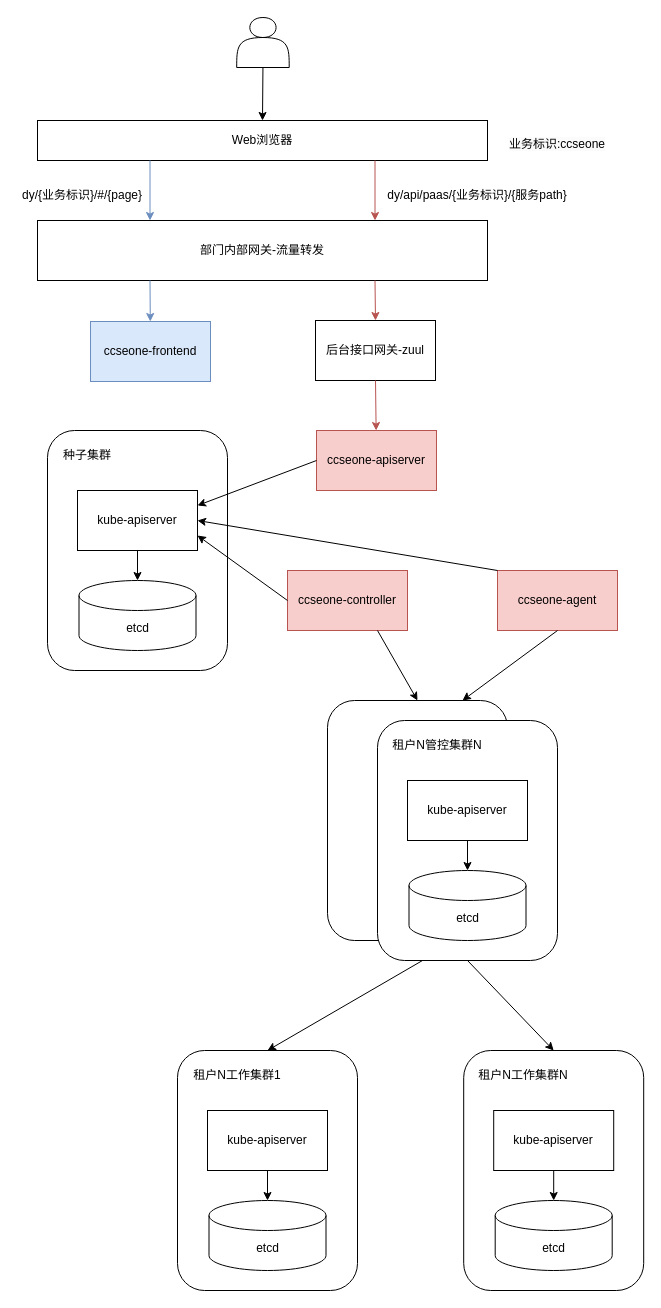
Before: drawio/安全审查.drawio in Tiny-VS-Lina/ccse, a draw.io diagram. Source tidied: cells renumbered, new cells numbered last; positions are measured from the earlier drawing's top-left corner, leaving out a move shared by most shapes. Both pictures are drawn from the tidied source at 100%, with x=0, y=0 at pixel (17, 17).
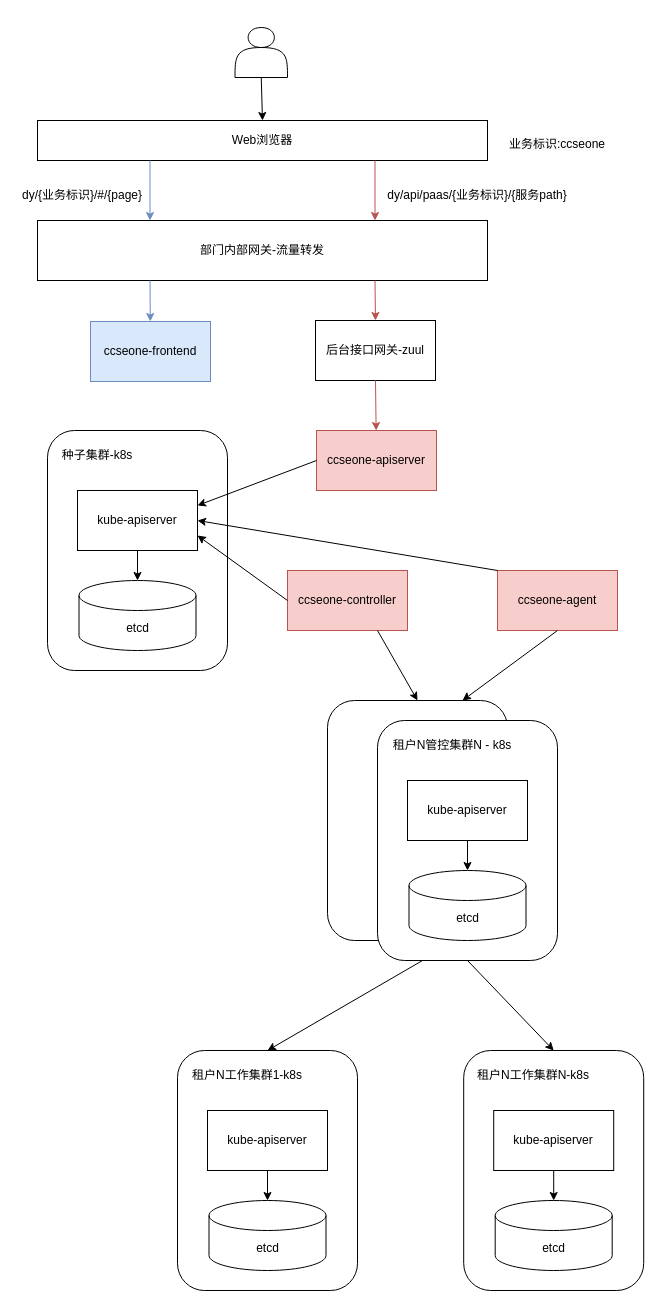
Above is the later version.

Commit message (it also covers changes not shown here):
更新安全审查.drawio

The change refers to these unchanged cells:
```xml
<mxCell id="31" style="group;" parent="1" vertex="1">
  <mxGeometry x="446.2" y="1033" width="180" height="240" as="geometry" />
</mxCell>
<mxCell id="37" style="group;" parent="1" vertex="1">
  <mxGeometry x="160" y="1033" width="180" height="240" as="geometry" />
</mxCell>
<mxCell id="43" style="group;" parent="1" vertex="1">
  <mxGeometry x="310" y="683" width="230" height="260" as="geometry" />
</mxCell>
```

The edit, as a diff of the source:
```diff
@@
     <mxCell id="5" style="shape=actor;whiteSpace=wrap;html=1;" parent="1" vertex="1">
-      <mxGeometry x="219.2" width="52.5" height="50" as="geometry" />
+      <mxGeometry x="217.5" y="10" width="52.5" height="50" as="geometry" />
     </mxCell>
@@
-    <mxCell id="20" value="种子集群" style="text;html=1;strokeColor=none;fillColor=none;align=center;verticalAlign=middle;whiteSpace=wrap;rounded=0;" parent="1" vertex="1">
-      <mxGeometry x="40" y="423" width="60" height="30" as="geometry" />
+    <mxCell id="20" value="种子集群-k8s" style="text;html=1;strokeColor=none;fillColor=none;align=center;verticalAlign=middle;whiteSpace=wrap;rounded=0;" parent="1" vertex="1">
+      <mxGeometry x="40" y="423" width="80" height="30" as="geometry" />
     </mxCell>
@@
-    <mxCell id="36" value="租户N工作集群N" style="text;html=1;strokeColor=none;fillColor=none;align=center;verticalAlign=middle;whiteSpace=wrap;rounded=0;" parent="31" vertex="1">
-      <mxGeometry x="10" y="10" width="100" height="30" as="geometry" />
+    <mxCell id="36" value="租户N工作集群N-k8s" style="text;html=1;strokeColor=none;fillColor=none;align=center;verticalAlign=middle;whiteSpace=wrap;rounded=0;" parent="31" vertex="1">
+      <mxGeometry x="10" y="10" width="120" height="30" as="geometry" />
     </mxCell>
@@
-    <mxCell id="42" value="租户N工作集群1" style="text;html=1;strokeColor=none;fillColor=none;align=center;verticalAlign=middle;whiteSpace=wrap;rounded=0;" parent="37" vertex="1">
-      <mxGeometry x="10" y="10" width="100" height="30" as="geometry" />
+    <mxCell id="42" value="租户N工作集群1-k8s" style="text;html=1;strokeColor=none;fillColor=none;align=center;verticalAlign=middle;whiteSpace=wrap;rounded=0;" parent="37" vertex="1">
+      <mxGeometry x="10" y="10" width="120" height="30" as="geometry" />
     </mxCell>
@@
-    <mxCell id="49" value="租户N管控集群N" style="text;html=1;strokeColor=none;fillColor=none;align=center;verticalAlign=middle;whiteSpace=wrap;rounded=0;" parent="43" vertex="1">
-      <mxGeometry x="60" y="30" width="100" height="30" as="geometry" />
+    <mxCell id="49" value="租户N管控集群N - k8s" style="text;html=1;strokeColor=none;fillColor=none;align=center;verticalAlign=middle;whiteSpace=wrap;rounded=0;" parent="43" vertex="1">
+      <mxGeometry x="60" y="30" width="130" height="30" as="geometry" />
     </mxCell>
```
